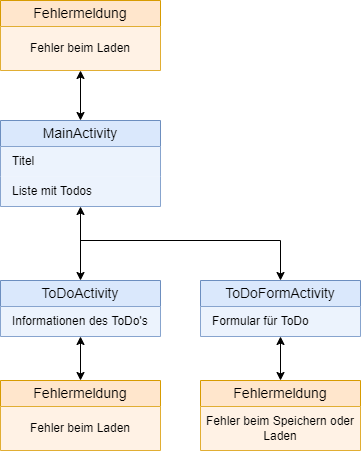
This is docs/images/app-structure.png from symapp/bbc-doTooo, a draw.io export, as it was before one commit. Source tidied: cells renumbered, new cells last; positions are measured from the earlier drawing's top-left corner, leaving out a move shared by most shapes. Its diagram source:
```xml
<mxGraphModel>
  <root>
    <mxCell id="0" />
    <mxCell id="1" parent="0" />
    <mxCell id="2" value="MainActivity" style="swimlane;fontStyle=0;horizontal=1;startSize=26;align=center;fontSize=14;fillColor=#dae8fc;strokeColor=#6c8ebf;whiteSpace=wrap;html=1;labelBackgroundColor=none;" parent="1" vertex="1">
      <mxGeometry y="120" width="160" height="86" as="geometry" />
    </mxCell>
    <mxCell id="3" value="Titel" style="text;strokeColor=none;fillColor=#dae8fc;spacingLeft=10;spacingRight=4;overflow=hidden;fontSize=12;verticalAlign=middle;whiteSpace=wrap;html=1;labelBackgroundColor=none;opacity=50;" parent="2" vertex="1">
      <mxGeometry y="26" width="160" height="30" as="geometry" />
    </mxCell>
    <mxCell id="4" value="Liste mit Todos" style="text;strokeColor=none;fillColor=#dae8fc;spacingLeft=10;spacingRight=4;overflow=hidden;fontSize=12;verticalAlign=middle;whiteSpace=wrap;html=1;labelBackgroundColor=none;opacity=50;" parent="2" vertex="1">
      <mxGeometry y="56" width="160" height="30" as="geometry" />
    </mxCell>
    <mxCell id="5" value="ToDoActivity" style="swimlane;fontStyle=0;horizontal=1;startSize=26;align=center;fontSize=14;fillColor=#dae8fc;strokeColor=#6c8ebf;whiteSpace=wrap;html=1;labelBackgroundColor=none;" parent="1" vertex="1">
      <mxGeometry y="280" width="160" height="56" as="geometry" />
    </mxCell>
    <mxCell id="6" value="Informationen des ToDo's" style="text;strokeColor=none;fillColor=#dae8fc;spacingLeft=10;spacingRight=4;overflow=hidden;fontSize=12;align=left;verticalAlign=middle;whiteSpace=wrap;html=1;labelBackgroundColor=none;opacity=50;" parent="5" vertex="1">
      <mxGeometry y="26" width="160" height="30" as="geometry" />
    </mxCell>
    <mxCell id="7" style="endArrow=classic;startArrow=classic;rounded=0;html=1;labelBackgroundColor=none;" parent="1" edge="1" source="5" target="2">
      <mxGeometry relative="1" as="geometry" />
    </mxCell>
    <mxCell id="8" value="ToDoFormActivity" style="swimlane;fontStyle=0;horizontal=1;startSize=26;align=center;fontSize=14;fillColor=#dae8fc;strokeColor=#6c8ebf;swimlaneLine=1;whiteSpace=wrap;html=1;labelBackgroundColor=none;" parent="1" vertex="1">
      <mxGeometry x="200" y="280" width="160" height="56" as="geometry" />
    </mxCell>
    <mxCell id="9" value="Formular für ToDo" style="text;strokeColor=none;fillColor=#dae8fc;spacingLeft=10;spacingRight=4;overflow=hidden;fontSize=12;verticalAlign=middle;whiteSpace=wrap;html=1;labelBackgroundColor=none;opacity=50;" parent="8" vertex="1">
      <mxGeometry y="26" width="160" height="30" as="geometry" />
    </mxCell>
    <mxCell id="10" style="endArrow=classic;rounded=0;html=1;labelBackgroundColor=none;" parent="1" edge="1" target="8">
      <mxGeometry relative="1" as="geometry">
        <mxPoint x="80" y="240" as="sourcePoint" />
        <Array as="points">
          <mxPoint x="280" y="240" />
        </Array>
      </mxGeometry>
    </mxCell>
    <mxCell id="11" value="Fehlermeldung" style="swimlane;fontStyle=0;horizontal=1;startSize=26;align=center;fontSize=14;fillColor=#ffe6cc;strokeColor=#d79b00;gradientColor=none;swimlaneFillColor=none;whiteSpace=wrap;html=1;labelBackgroundColor=none;" parent="1" vertex="1">
      <mxGeometry y="380" width="160" height="70" as="geometry" />
    </mxCell>
    <mxCell id="12" value="Fehler beim Laden" style="text;strokeColor=none;fillColor=#ffe6cc;spacingLeft=4;spacingRight=4;overflow=hidden;fontSize=12;align=center;verticalAlign=middle;whiteSpace=wrap;html=1;labelBackgroundColor=none;opacity=50;" parent="11" vertex="1">
      <mxGeometry y="26" width="160" height="44" as="geometry" />
    </mxCell>
    <mxCell id="13" style="endArrow=classic;startArrow=classic;rounded=0;html=1;labelBackgroundColor=none;" parent="1" edge="1" source="11" target="5">
      <mxGeometry relative="1" as="geometry" />
    </mxCell>
    <mxCell id="14" value="Fehlermeldung" style="swimlane;fontStyle=0;horizontal=1;startSize=26;align=center;fontSize=14;fillColor=#ffe6cc;strokeColor=#d79b00;gradientColor=none;swimlaneFillColor=none;swimlaneLine=1;glass=0;shadow=0;sketch=0;rounded=0;whiteSpace=wrap;html=1;labelBackgroundColor=none;" parent="1" vertex="1">
      <mxGeometry x="200" y="380" width="160" height="70" as="geometry" />
    </mxCell>
    <mxCell id="15" value="Fehler beim Speichern oder Laden" style="text;strokeColor=none;fillColor=#ffe6cc;spacingLeft=4;spacingRight=4;overflow=hidden;fontSize=12;align=center;verticalAlign=middle;whiteSpace=wrap;html=1;labelBackgroundColor=none;opacity=50;" parent="14" vertex="1">
      <mxGeometry y="26" width="160" height="44" as="geometry" />
    </mxCell>
    <mxCell id="16" style="endArrow=classic;startArrow=classic;rounded=0;html=1;labelBackgroundColor=none;" parent="1" edge="1" source="14" target="8">
      <mxGeometry relative="1" as="geometry" />
    </mxCell>
    <mxCell id="17" value="Fehlermeldung" style="swimlane;fontStyle=0;horizontal=1;startSize=26;align=center;fontSize=14;fillColor=#ffe6cc;strokeColor=#d79b00;gradientColor=none;swimlaneFillColor=none;whiteSpace=wrap;html=1;labelBackgroundColor=none;" parent="1" vertex="1">
      <mxGeometry width="160" height="70" as="geometry" />
    </mxCell>
    <mxCell id="18" value="Fehler beim Laden" style="text;strokeColor=none;fillColor=#ffe6cc;spacingLeft=4;spacingRight=4;overflow=hidden;fontSize=12;align=center;verticalAlign=middle;whiteSpace=wrap;html=1;labelBackgroundColor=none;opacity=50;" parent="17" vertex="1">
      <mxGeometry y="26" width="160" height="44" as="geometry" />
    </mxCell>
    <mxCell id="19" style="endArrow=classic;startArrow=classic;rounded=0;html=1;labelBackgroundColor=none;" parent="1" edge="1" source="17" target="2">
      <mxGeometry relative="1" as="geometry" />
    </mxCell>
  </root>
</mxGraphModel>
```
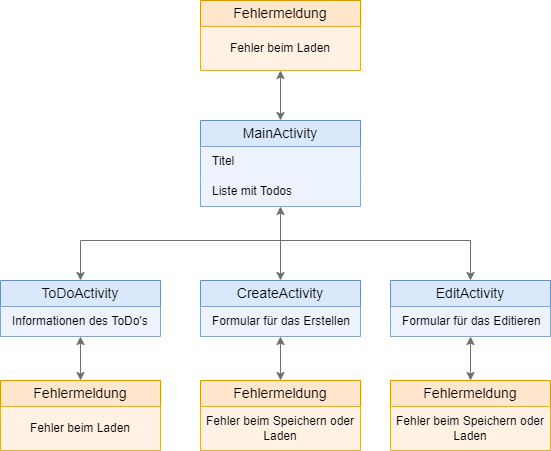
Above is the later version.

Commit message:
documentation -> mockups -> text and diagram update

Change to the diagram source:
```diff
@@ -3,7 +3,7 @@
     <mxCell id="0" />
     <mxCell id="1" parent="0" />
     <mxCell id="2" value="MainActivity" style="swimlane;fontStyle=0;horizontal=1;startSize=26;align=center;fontSize=14;fillColor=#dae8fc;strokeColor=#6c8ebf;whiteSpace=wrap;html=1;labelBackgroundColor=none;" parent="1" vertex="1">
-      <mxGeometry y="120" width="160" height="86" as="geometry" />
+      <mxGeometry x="200" y="120" width="160" height="86" as="geometry" />
     </mxCell>
     <mxCell id="3" value="Titel" style="text;strokeColor=none;fillColor=#dae8fc;spacingLeft=10;spacingRight=4;overflow=hidden;fontSize=12;verticalAlign=middle;whiteSpace=wrap;html=1;labelBackgroundColor=none;opacity=50;" parent="2" vertex="1">
       <mxGeometry y="26" width="160" height="30" as="geometry" />
@@ -17,20 +17,21 @@
     <mxCell id="6" value="Informationen des ToDo's" style="text;strokeColor=none;fillColor=#dae8fc;spacingLeft=10;spacingRight=4;overflow=hidden;fontSize=12;align=left;verticalAlign=middle;whiteSpace=wrap;html=1;labelBackgroundColor=none;opacity=50;" parent="5" vertex="1">
       <mxGeometry y="26" width="160" height="30" as="geometry" />
     </mxCell>
-    <mxCell id="7" style="endArrow=classic;startArrow=classic;rounded=0;html=1;labelBackgroundColor=none;" parent="1" edge="1" source="5" target="2">
+    <mxCell id="7" style="endArrow=classic;startArrow=classic;rounded=0;html=1;labelBackgroundColor=none;entryX=0.5;entryY=1;entryDx=0;entryDy=0;strokeColor=#707070;" parent="1" edge="1" source="8" target="2">
       <mxGeometry relative="1" as="geometry" />
     </mxCell>
-    <mxCell id="8" value="ToDoFormActivity" style="swimlane;fontStyle=0;horizontal=1;startSize=26;align=center;fontSize=14;fillColor=#dae8fc;strokeColor=#6c8ebf;swimlaneLine=1;whiteSpace=wrap;html=1;labelBackgroundColor=none;" parent="1" vertex="1">
+    <mxCell id="8" value="CreateActivity" style="swimlane;fontStyle=0;horizontal=1;startSize=26;align=center;fontSize=14;fillColor=#dae8fc;strokeColor=#6c8ebf;swimlaneLine=1;whiteSpace=wrap;html=1;labelBackgroundColor=none;" parent="1" vertex="1">
       <mxGeometry x="200" y="280" width="160" height="56" as="geometry" />
     </mxCell>
-    <mxCell id="9" value="Formular für ToDo" style="text;strokeColor=none;fillColor=#dae8fc;spacingLeft=10;spacingRight=4;overflow=hidden;fontSize=12;verticalAlign=middle;whiteSpace=wrap;html=1;labelBackgroundColor=none;opacity=50;" parent="8" vertex="1">
+    <mxCell id="9" value="Formular für das Erstellen" style="text;strokeColor=none;fillColor=#dae8fc;spacingLeft=10;spacingRight=4;overflow=hidden;fontSize=12;verticalAlign=middle;whiteSpace=wrap;html=1;labelBackgroundColor=none;opacity=50;" parent="8" vertex="1">
       <mxGeometry y="26" width="160" height="30" as="geometry" />
     </mxCell>
-    <mxCell id="10" style="endArrow=classic;rounded=0;html=1;labelBackgroundColor=none;" parent="1" edge="1" target="8">
+    <mxCell id="10" style="endArrow=classic;rounded=0;html=1;labelBackgroundColor=none;entryX=0.5;entryY=0;entryDx=0;entryDy=0;strokeColor=#707070;" parent="1" edge="1" target="5">
       <mxGeometry relative="1" as="geometry">
-        <mxPoint x="80" y="240" as="sourcePoint" />
+        <mxPoint x="280" y="240" as="sourcePoint" />
         <Array as="points">
           <mxPoint x="280" y="240" />
+          <mxPoint x="80" y="240" />
         </Array>
       </mxGeometry>
     </mxCell>
@@ -40,7 +41,7 @@
     <mxCell id="12" value="Fehler beim Laden" style="text;strokeColor=none;fillColor=#ffe6cc;spacingLeft=4;spacingRight=4;overflow=hidden;fontSize=12;align=center;verticalAlign=middle;whiteSpace=wrap;html=1;labelBackgroundColor=none;opacity=50;" parent="11" vertex="1">
       <mxGeometry y="26" width="160" height="44" as="geometry" />
     </mxCell>
-    <mxCell id="13" style="endArrow=classic;startArrow=classic;rounded=0;html=1;labelBackgroundColor=none;" parent="1" edge="1" source="11" target="5">
+    <mxCell id="13" style="endArrow=classic;startArrow=classic;rounded=0;html=1;labelBackgroundColor=none;strokeColor=#707070;" parent="1" edge="1" source="11" target="5">
       <mxGeometry relative="1" as="geometry" />
     </mxCell>
     <mxCell id="14" value="Fehlermeldung" style="swimlane;fontStyle=0;horizontal=1;startSize=26;align=center;fontSize=14;fillColor=#ffe6cc;strokeColor=#d79b00;gradientColor=none;swimlaneFillColor=none;swimlaneLine=1;glass=0;shadow=0;sketch=0;rounded=0;whiteSpace=wrap;html=1;labelBackgroundColor=none;" parent="1" vertex="1">
@@ -49,17 +50,40 @@
     <mxCell id="15" value="Fehler beim Speichern oder Laden" style="text;strokeColor=none;fillColor=#ffe6cc;spacingLeft=4;spacingRight=4;overflow=hidden;fontSize=12;align=center;verticalAlign=middle;whiteSpace=wrap;html=1;labelBackgroundColor=none;opacity=50;" parent="14" vertex="1">
       <mxGeometry y="26" width="160" height="44" as="geometry" />
     </mxCell>
-    <mxCell id="16" style="endArrow=classic;startArrow=classic;rounded=0;html=1;labelBackgroundColor=none;" parent="1" edge="1" source="14" target="8">
+    <mxCell id="16" style="endArrow=classic;startArrow=classic;rounded=0;html=1;labelBackgroundColor=none;strokeColor=#707070;" parent="1" edge="1" source="14" target="8">
       <mxGeometry relative="1" as="geometry" />
     </mxCell>
     <mxCell id="17" value="Fehlermeldung" style="swimlane;fontStyle=0;horizontal=1;startSize=26;align=center;fontSize=14;fillColor=#ffe6cc;strokeColor=#d79b00;gradientColor=none;swimlaneFillColor=none;whiteSpace=wrap;html=1;labelBackgroundColor=none;" parent="1" vertex="1">
-      <mxGeometry width="160" height="70" as="geometry" />
+      <mxGeometry x="200" width="160" height="70" as="geometry" />
     </mxCell>
     <mxCell id="18" value="Fehler beim Laden" style="text;strokeColor=none;fillColor=#ffe6cc;spacingLeft=4;spacingRight=4;overflow=hidden;fontSize=12;align=center;verticalAlign=middle;whiteSpace=wrap;html=1;labelBackgroundColor=none;opacity=50;" parent="17" vertex="1">
       <mxGeometry y="26" width="160" height="44" as="geometry" />
     </mxCell>
-    <mxCell id="19" style="endArrow=classic;startArrow=classic;rounded=0;html=1;labelBackgroundColor=none;" parent="1" edge="1" source="17" target="2">
+    <mxCell id="19" style="endArrow=classic;startArrow=classic;rounded=0;html=1;labelBackgroundColor=none;strokeColor=#707070;" parent="1" edge="1" source="17" target="2">
       <mxGeometry relative="1" as="geometry" />
     </mxCell>
+    <mxCell id="20" value="EditActivity" style="swimlane;fontStyle=0;horizontal=1;startSize=26;align=center;fontSize=14;fillColor=#dae8fc;strokeColor=#6c8ebf;swimlaneLine=1;whiteSpace=wrap;html=1;labelBackgroundColor=none;" parent="1" vertex="1">
+      <mxGeometry x="390" y="280" width="160" height="56" as="geometry" />
+    </mxCell>
+    <mxCell id="21" value="Formular für das Editieren" style="text;strokeColor=none;fillColor=#dae8fc;spacingLeft=10;spacingRight=4;overflow=hidden;fontSize=12;verticalAlign=middle;whiteSpace=wrap;html=1;labelBackgroundColor=none;opacity=50;" parent="20" vertex="1">
+      <mxGeometry y="26" width="160" height="30" as="geometry" />
+    </mxCell>
+    <mxCell id="22" value="Fehlermeldung" style="swimlane;fontStyle=0;horizontal=1;startSize=26;align=center;fontSize=14;fillColor=#ffe6cc;strokeColor=#d79b00;gradientColor=none;swimlaneFillColor=none;swimlaneLine=1;glass=0;shadow=0;sketch=0;rounded=0;whiteSpace=wrap;html=1;labelBackgroundColor=none;" parent="1" vertex="1">
+      <mxGeometry x="390" y="380" width="160" height="70" as="geometry" />
+    </mxCell>
+    <mxCell id="23" value="Fehler beim Speichern oder Laden" style="text;strokeColor=none;fillColor=#ffe6cc;spacingLeft=4;spacingRight=4;overflow=hidden;fontSize=12;align=center;verticalAlign=middle;whiteSpace=wrap;html=1;labelBackgroundColor=none;opacity=50;" parent="22" vertex="1">
+      <mxGeometry y="26" width="160" height="44" as="geometry" />
+    </mxCell>
+    <mxCell id="24" style="endArrow=classic;startArrow=classic;rounded=0;html=1;labelBackgroundColor=none;strokeColor=#707070;" parent="1" edge="1" source="22" target="20">
+      <mxGeometry relative="1" as="geometry" />
+    </mxCell>
+    <mxCell id="25" style="endArrow=classic;rounded=0;html=1;labelBackgroundColor=none;entryX=0.5;entryY=0;entryDx=0;entryDy=0;strokeColor=#707070;" parent="1" edge="1" target="20">
+      <mxGeometry relative="1" as="geometry">
+        <mxPoint x="280" y="240" as="sourcePoint" />
+        <Array as="points">
+          <mxPoint x="470" y="240" />
+        </Array>
+      </mxGeometry>
+    </mxCell>
   </root>
 </mxGraphModel>
```
